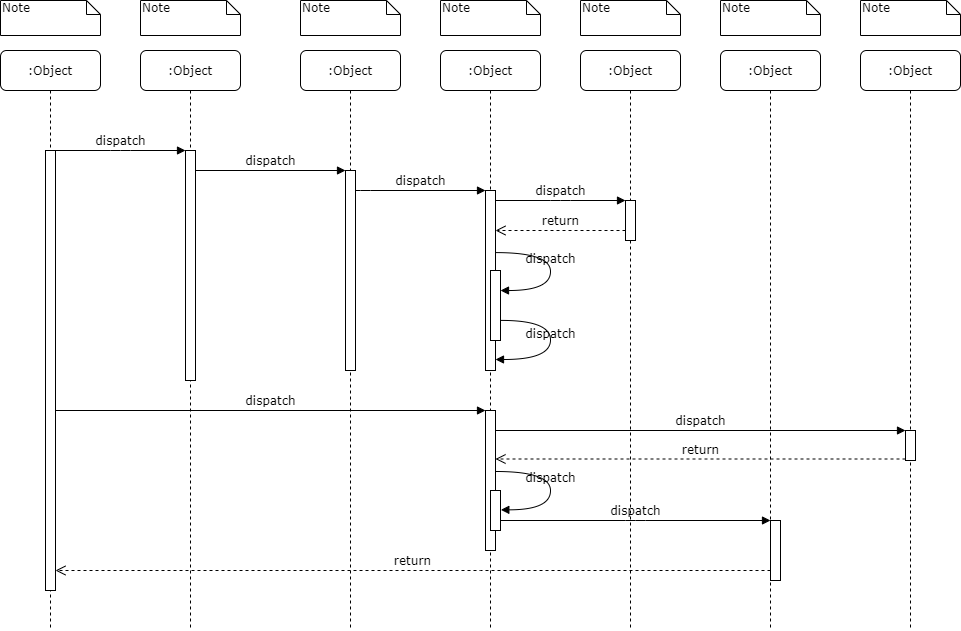
Earlier version of the draw.io export git-fetch.png (tongtongtongtong/test). Source tidied: cells renumbered, new cells last; positions are measured from the earlier drawing's top-left corner, leaving out a move shared by most shapes.
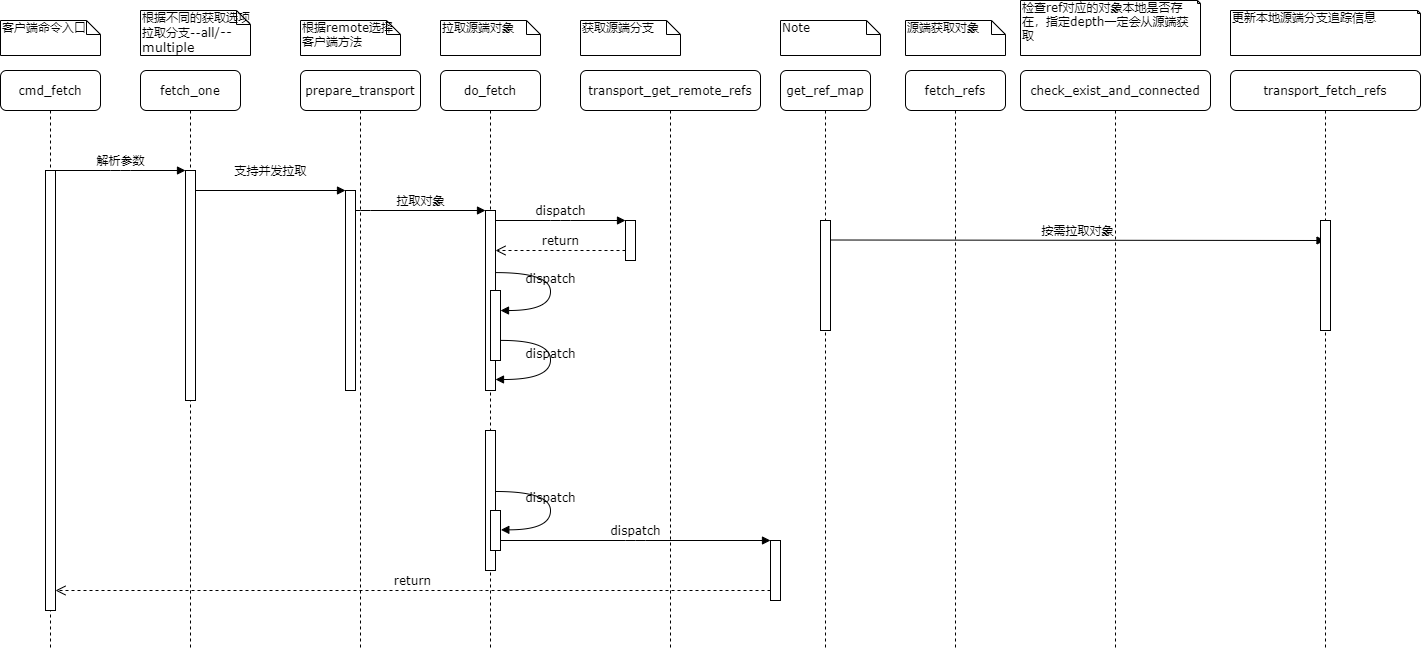
After the commit.

What changed in the source:
```diff
@@ -2,31 +2,31 @@
   <root>
     <mxCell id="0" />
     <mxCell id="1" parent="0" />
-    <mxCell id="2" value=":Object" style="shape=umlLifeline;perimeter=lifelinePerimeter;whiteSpace=wrap;html=1;rounded=1;shadow=0;comic=0;labelBackgroundColor=none;strokeWidth=1;fontFamily=Verdana;fontSize=12;align=center;" parent="1" vertex="1">
+    <mxCell id="2" value="fetch_one" style="shape=umlLifeline;perimeter=lifelinePerimeter;whiteSpace=wrap;html=1;rounded=1;shadow=0;comic=0;labelBackgroundColor=none;strokeWidth=1;fontFamily=Verdana;fontSize=12;align=center;" parent="1" vertex="1">
       <mxGeometry x="140" y="50" width="100" height="580" as="geometry" />
     </mxCell>
     <mxCell id="3" style="html=1;points=[];perimeter=orthogonalPerimeter;rounded=0;shadow=0;comic=0;labelBackgroundColor=none;strokeWidth=1;fontFamily=Verdana;fontSize=12;align=center;" parent="2" vertex="1">
       <mxGeometry x="45" y="100" width="10" height="230" as="geometry" />
     </mxCell>
-    <mxCell id="4" value=":Object" style="shape=umlLifeline;perimeter=lifelinePerimeter;whiteSpace=wrap;html=1;rounded=1;shadow=0;comic=0;labelBackgroundColor=none;strokeWidth=1;fontFamily=Verdana;fontSize=12;align=center;" parent="1" vertex="1">
-      <mxGeometry x="300" y="50" width="100" height="580" as="geometry" />
+    <mxCell id="4" value="prepare_transport" style="shape=umlLifeline;perimeter=lifelinePerimeter;whiteSpace=wrap;html=1;rounded=1;shadow=0;comic=0;labelBackgroundColor=none;strokeWidth=1;fontFamily=Verdana;fontSize=12;align=center;" parent="1" vertex="1">
+      <mxGeometry x="300" y="50" width="120" height="580" as="geometry" />
     </mxCell>
     <mxCell id="5" style="html=1;points=[];perimeter=orthogonalPerimeter;rounded=0;shadow=0;comic=0;labelBackgroundColor=none;strokeWidth=1;fontFamily=Verdana;fontSize=12;align=center;" parent="4" vertex="1">
       <mxGeometry x="45" y="120" width="10" height="200" as="geometry" />
     </mxCell>
-    <mxCell id="6" value=":Object" style="shape=umlLifeline;perimeter=lifelinePerimeter;whiteSpace=wrap;html=1;rounded=1;shadow=0;comic=0;labelBackgroundColor=none;strokeWidth=1;fontFamily=Verdana;fontSize=12;align=center;" parent="1" vertex="1">
+    <mxCell id="6" value="do_fetch" style="shape=umlLifeline;perimeter=lifelinePerimeter;whiteSpace=wrap;html=1;rounded=1;shadow=0;comic=0;labelBackgroundColor=none;strokeWidth=1;fontFamily=Verdana;fontSize=12;align=center;" parent="1" vertex="1">
       <mxGeometry x="440" y="50" width="100" height="580" as="geometry" />
     </mxCell>
-    <mxCell id="7" value=":Object" style="shape=umlLifeline;perimeter=lifelinePerimeter;whiteSpace=wrap;html=1;rounded=1;shadow=0;comic=0;labelBackgroundColor=none;strokeWidth=1;fontFamily=Verdana;fontSize=12;align=center;" parent="1" vertex="1">
-      <mxGeometry x="580" y="50" width="100" height="580" as="geometry" />
+    <mxCell id="7" value="transport_get_remote_refs" style="shape=umlLifeline;perimeter=lifelinePerimeter;whiteSpace=wrap;html=1;rounded=1;shadow=0;comic=0;labelBackgroundColor=none;strokeWidth=1;fontFamily=Verdana;fontSize=12;align=center;" parent="1" vertex="1">
+      <mxGeometry x="580" y="50" width="180" height="580" as="geometry" />
     </mxCell>
-    <mxCell id="8" value=":Object" style="shape=umlLifeline;perimeter=lifelinePerimeter;whiteSpace=wrap;html=1;rounded=1;shadow=0;comic=0;labelBackgroundColor=none;strokeWidth=1;fontFamily=Verdana;fontSize=12;align=center;" parent="1" vertex="1">
-      <mxGeometry x="720" y="50" width="100" height="580" as="geometry" />
+    <mxCell id="8" value="get_ref_map" style="shape=umlLifeline;perimeter=lifelinePerimeter;whiteSpace=wrap;html=1;rounded=1;shadow=0;comic=0;labelBackgroundColor=none;strokeWidth=1;fontFamily=Verdana;fontSize=12;align=center;" parent="1" vertex="1">
+      <mxGeometry x="780" y="50" width="90" height="580" as="geometry" />
     </mxCell>
-    <mxCell id="9" value=":Object" style="shape=umlLifeline;perimeter=lifelinePerimeter;whiteSpace=wrap;html=1;rounded=1;shadow=0;comic=0;labelBackgroundColor=none;strokeWidth=1;fontFamily=Verdana;fontSize=12;align=center;" parent="1" vertex="1">
-      <mxGeometry x="860" y="50" width="100" height="580" as="geometry" />
+    <mxCell id="9" value="fetch_refs" style="shape=umlLifeline;perimeter=lifelinePerimeter;whiteSpace=wrap;html=1;rounded=1;shadow=0;comic=0;labelBackgroundColor=none;strokeWidth=1;fontFamily=Verdana;fontSize=12;align=center;" parent="1" vertex="1">
+      <mxGeometry x="905" y="50" width="100" height="580" as="geometry" />
     </mxCell>
-    <mxCell id="10" value=":Object" style="shape=umlLifeline;perimeter=lifelinePerimeter;whiteSpace=wrap;html=1;rounded=1;shadow=0;comic=0;labelBackgroundColor=none;strokeWidth=1;fontFamily=Verdana;fontSize=12;align=center;" parent="1" vertex="1">
+    <mxCell id="10" value="cmd_fetch" style="shape=umlLifeline;perimeter=lifelinePerimeter;whiteSpace=wrap;html=1;rounded=1;shadow=0;comic=0;labelBackgroundColor=none;strokeWidth=1;fontFamily=Verdana;fontSize=12;align=center;" parent="1" vertex="1">
       <mxGeometry y="50" width="100" height="580" as="geometry" />
     </mxCell>
     <mxCell id="11" style="html=1;points=[];perimeter=orthogonalPerimeter;rounded=0;shadow=0;comic=0;labelBackgroundColor=none;strokeWidth=1;fontFamily=Verdana;fontSize=12;align=center;" parent="10" vertex="1">
@@ -35,7 +35,7 @@
     <mxCell id="12" style="html=1;points=[];perimeter=orthogonalPerimeter;rounded=0;shadow=0;comic=0;labelBackgroundColor=none;strokeWidth=1;fontFamily=Verdana;fontSize=12;align=center;" parent="1" vertex="1">
       <mxGeometry x="485" y="190" width="10" height="180" as="geometry" />
     </mxCell>
-    <mxCell id="13" value="dispatch" style="html=1;verticalAlign=bottom;endArrow=block;labelBackgroundColor=none;fontFamily=Verdana;fontSize=12;edgeStyle=elbowEdgeStyle;elbow=vertical;" parent="1" edge="1" source="5" target="12">
+    <mxCell id="13" value="拉取对象" style="html=1;verticalAlign=bottom;endArrow=block;labelBackgroundColor=none;fontFamily=Verdana;fontSize=12;edgeStyle=elbowEdgeStyle;elbow=vertical;" parent="1" edge="1" source="5" target="12">
       <mxGeometry relative="1" as="geometry">
         <Array as="points">
           <mxPoint x="360" y="190" />
@@ -59,18 +59,6 @@
     <mxCell id="17" style="html=1;points=[];perimeter=orthogonalPerimeter;rounded=0;shadow=0;comic=0;labelBackgroundColor=none;strokeWidth=1;fontFamily=Verdana;fontSize=12;align=center;" parent="1" vertex="1">
       <mxGeometry x="485" y="410" width="10" height="140" as="geometry" />
     </mxCell>
-    <mxCell id="18" value="dispatch" style="html=1;verticalAlign=bottom;endArrow=block;entryX=0;entryY=0;labelBackgroundColor=none;fontFamily=Verdana;fontSize=12;" parent="1" edge="1" source="11" target="17">
-      <mxGeometry relative="1" as="geometry" />
-    </mxCell>
-    <mxCell id="19" style="html=1;points=[];perimeter=orthogonalPerimeter;rounded=0;shadow=0;comic=0;labelBackgroundColor=none;strokeColor=#000000;strokeWidth=1;fillColor=#FFFFFF;fontFamily=Verdana;fontSize=12;fontColor=#000000;align=center;" parent="1" vertex="1">
-      <mxGeometry x="905" y="430" width="10" height="30" as="geometry" />
-    </mxCell>
-    <mxCell id="20" value="dispatch" style="html=1;verticalAlign=bottom;endArrow=block;entryX=0;entryY=0;labelBackgroundColor=none;fontFamily=Verdana;fontSize=12;" parent="1" edge="1" source="17" target="19">
-      <mxGeometry relative="1" as="geometry" />
-    </mxCell>
-    <mxCell id="21" value="return" style="html=1;verticalAlign=bottom;endArrow=open;dashed=1;endSize=8;exitX=0;exitY=0.95;labelBackgroundColor=none;fontFamily=Verdana;fontSize=12;" parent="1" edge="1" source="19" target="17">
-      <mxGeometry relative="1" as="geometry" />
-    </mxCell>
     <mxCell id="22" style="html=1;points=[];perimeter=orthogonalPerimeter;rounded=0;shadow=0;comic=0;labelBackgroundColor=none;strokeWidth=1;fontFamily=Verdana;fontSize=12;align=center;" parent="1" vertex="1">
       <mxGeometry x="770" y="520" width="10" height="60" as="geometry" />
     </mxCell>
@@ -84,11 +72,11 @@
         </Array>
       </mxGeometry>
     </mxCell>
-    <mxCell id="25" value="dispatch" style="html=1;verticalAlign=bottom;endArrow=block;entryX=0;entryY=0;labelBackgroundColor=none;fontFamily=Verdana;fontSize=12;edgeStyle=elbowEdgeStyle;elbow=vertical;" parent="1" edge="1" source="11" target="3">
+    <mxCell id="25" value="解析参数" style="html=1;verticalAlign=bottom;endArrow=block;entryX=0;entryY=0;labelBackgroundColor=none;fontFamily=Verdana;fontSize=12;edgeStyle=elbowEdgeStyle;elbow=vertical;" parent="1" edge="1" source="11" target="3">
       <mxGeometry relative="1" as="geometry" />
     </mxCell>
-    <mxCell id="26" value="dispatch" style="html=1;verticalAlign=bottom;endArrow=block;entryX=0;entryY=0;labelBackgroundColor=none;fontFamily=Verdana;fontSize=12;edgeStyle=elbowEdgeStyle;elbow=vertical;" parent="1" edge="1" source="3" target="5">
-      <mxGeometry relative="1" as="geometry" />
+    <mxCell id="26" value="支持并发拉取" style="html=1;verticalAlign=bottom;endArrow=block;entryX=0;entryY=0;labelBackgroundColor=none;fontFamily=Verdana;fontSize=12;edgeStyle=elbowEdgeStyle;elbow=vertical;" parent="1" edge="1" source="3" target="5">
+      <mxGeometry y="10" relative="1" as="geometry" />
     </mxCell>
     <mxCell id="27" style="html=1;points=[];perimeter=orthogonalPerimeter;rounded=0;shadow=0;comic=0;labelBackgroundColor=none;strokeWidth=1;fontFamily=Verdana;fontSize=12;align=center;" parent="1" vertex="1">
       <mxGeometry x="490" y="270" width="10" height="70" as="geometry" />
@@ -123,26 +111,49 @@
         </Array>
       </mxGeometry>
     </mxCell>
-    <mxCell id="32" value="Note" style="shape=note;whiteSpace=wrap;html=1;size=14;verticalAlign=top;align=left;spacingTop=-6;rounded=0;shadow=0;comic=0;labelBackgroundColor=none;strokeWidth=1;fontFamily=Verdana;fontSize=12;" parent="1" vertex="1">
+    <mxCell id="32" value="客户端命令入口" style="shape=note;whiteSpace=wrap;html=1;size=14;verticalAlign=top;align=left;spacingTop=-6;rounded=0;shadow=0;comic=0;labelBackgroundColor=none;strokeWidth=1;fontFamily=Verdana;fontSize=12;" parent="1" vertex="1">
       <mxGeometry width="100" height="35" as="geometry" />
     </mxCell>
-    <mxCell id="33" value="Note" style="shape=note;whiteSpace=wrap;html=1;size=14;verticalAlign=top;align=left;spacingTop=-6;rounded=0;shadow=0;comic=0;labelBackgroundColor=none;strokeWidth=1;fontFamily=Verdana;fontSize=12;" parent="1" vertex="1">
-      <mxGeometry x="140" width="100" height="35" as="geometry" />
+    <mxCell id="33" value="根据不同的获取选项拉取分支--all/&lt;span style=&quot;background-color: transparent ; font-style: inherit ; font-weight: inherit ; font-size: 13px&quot;&gt;--multiple&lt;/span&gt;" style="shape=note;whiteSpace=wrap;html=1;size=14;verticalAlign=top;align=left;spacingTop=-6;rounded=0;shadow=0;comic=0;labelBackgroundColor=none;strokeWidth=1;fontFamily=Verdana;fontSize=12;" parent="1" vertex="1">
+      <mxGeometry x="140" y="-10" width="110" height="45" as="geometry" />
     </mxCell>
-    <mxCell id="34" value="Note" style="shape=note;whiteSpace=wrap;html=1;size=14;verticalAlign=top;align=left;spacingTop=-6;rounded=0;shadow=0;comic=0;labelBackgroundColor=none;strokeWidth=1;fontFamily=Verdana;fontSize=12;" parent="1" vertex="1">
+    <mxCell id="34" value="根据remote选择客户端方法" style="shape=note;whiteSpace=wrap;html=1;size=14;verticalAlign=top;align=left;spacingTop=-6;rounded=0;shadow=0;comic=0;labelBackgroundColor=none;strokeWidth=1;fontFamily=Verdana;fontSize=12;" parent="1" vertex="1">
       <mxGeometry x="300" width="100" height="35" as="geometry" />
     </mxCell>
-    <mxCell id="35" value="Note" style="shape=note;whiteSpace=wrap;html=1;size=14;verticalAlign=top;align=left;spacingTop=-6;rounded=0;shadow=0;comic=0;labelBackgroundColor=none;strokeWidth=1;fontFamily=Verdana;fontSize=12;" parent="1" vertex="1">
+    <mxCell id="35" value="拉取源端对象" style="shape=note;whiteSpace=wrap;html=1;size=14;verticalAlign=top;align=left;spacingTop=-6;rounded=0;shadow=0;comic=0;labelBackgroundColor=none;strokeWidth=1;fontFamily=Verdana;fontSize=12;" parent="1" vertex="1">
       <mxGeometry x="440" width="100" height="35" as="geometry" />
     </mxCell>
-    <mxCell id="36" value="Note" style="shape=note;whiteSpace=wrap;html=1;size=14;verticalAlign=top;align=left;spacingTop=-6;rounded=0;shadow=0;comic=0;labelBackgroundColor=none;strokeWidth=1;fontFamily=Verdana;fontSize=12;" parent="1" vertex="1">
+    <mxCell id="36" value="获取源端分支" style="shape=note;whiteSpace=wrap;html=1;size=14;verticalAlign=top;align=left;spacingTop=-6;rounded=0;shadow=0;comic=0;labelBackgroundColor=none;strokeWidth=1;fontFamily=Verdana;fontSize=12;" parent="1" vertex="1">
       <mxGeometry x="580" width="100" height="35" as="geometry" />
     </mxCell>
     <mxCell id="37" value="Note" style="shape=note;whiteSpace=wrap;html=1;size=14;verticalAlign=top;align=left;spacingTop=-6;rounded=0;shadow=0;comic=0;labelBackgroundColor=none;strokeWidth=1;fontFamily=Verdana;fontSize=12;" parent="1" vertex="1">
-      <mxGeometry x="720" width="100" height="35" as="geometry" />
+      <mxGeometry x="780" width="100" height="35" as="geometry" />
     </mxCell>
-    <mxCell id="38" value="Note" style="shape=note;whiteSpace=wrap;html=1;size=14;verticalAlign=top;align=left;spacingTop=-6;rounded=0;shadow=0;comic=0;labelBackgroundColor=none;strokeWidth=1;fontFamily=Verdana;fontSize=12;" parent="1" vertex="1">
-      <mxGeometry x="860" width="100" height="35" as="geometry" />
+    <mxCell id="38" value="源端获取对象" style="shape=note;whiteSpace=wrap;html=1;size=14;verticalAlign=top;align=left;spacingTop=-6;rounded=0;shadow=0;comic=0;labelBackgroundColor=none;strokeWidth=1;fontFamily=Verdana;fontSize=12;" parent="1" vertex="1">
+      <mxGeometry x="905" width="100" height="35" as="geometry" />
     </mxCell>
+    <mxCell id="39" value="check_exist_and_connected" style="shape=umlLifeline;perimeter=lifelinePerimeter;whiteSpace=wrap;html=1;rounded=1;shadow=0;comic=0;labelBackgroundColor=none;strokeWidth=1;fontFamily=Verdana;fontSize=12;align=center;" parent="1" vertex="1">
+      <mxGeometry x="1020" y="50" width="190" height="580" as="geometry" />
+    </mxCell>
+    <mxCell id="40" value="transport_fetch_refs" style="shape=umlLifeline;perimeter=lifelinePerimeter;whiteSpace=wrap;html=1;outlineConnect=0;rounded=1;shadow=0;comic=0;labelBackgroundColor=none;strokeWidth=1;fontFamily=Verdana;fontSize=12;align=center;" parent="1" vertex="1">
+      <mxGeometry x="1230" y="50" width="190" height="580" as="geometry" />
+    </mxCell>
+    <mxCell id="41" value="检查ref对应的对象本地是否存在，指定depth一定会从源端获取" style="shape=note;whiteSpace=wrap;html=1;size=3;verticalAlign=top;align=left;spacingTop=-6;rounded=0;shadow=0;comic=0;labelBackgroundColor=none;strokeWidth=1;fontFamily=Verdana;fontSize=12;" parent="1" vertex="1">
+      <mxGeometry x="1020" y="-20" width="180" height="55" as="geometry" />
+    </mxCell>
+    <mxCell id="42" value="更新本地源端分支追踪信息" style="shape=note;whiteSpace=wrap;html=1;size=3;verticalAlign=top;align=left;spacingTop=-6;rounded=0;shadow=0;comic=0;labelBackgroundColor=none;strokeWidth=1;fontFamily=Verdana;fontSize=12;" parent="1" vertex="1">
+      <mxGeometry x="1230" y="-10" width="190" height="45" as="geometry" />
+    </mxCell>
+    <mxCell id="43" value="按需拉取对象" style="html=1;verticalAlign=bottom;endArrow=block;labelBackgroundColor=none;fontFamily=Verdana;fontSize=12;edgeStyle=elbowEdgeStyle;elbow=vertical;" parent="1" edge="1" target="40">
+      <mxGeometry relative="1" as="geometry">
+        <mxPoint x="828" y="219.5" as="sourcePoint" />
+      </mxGeometry>
+    </mxCell>
+    <mxCell id="44" style="html=1;perimeter=orthogonalPerimeter;rounded=0;shadow=0;comic=0;labelBackgroundColor=none;strokeWidth=1;fontFamily=Verdana;fontSize=12;align=center;" parent="1" vertex="1">
+      <mxGeometry x="820" y="200" width="10" height="110" as="geometry" />
+    </mxCell>
+    <mxCell id="45" style="html=1;perimeter=orthogonalPerimeter;rounded=0;shadow=0;comic=0;labelBackgroundColor=none;strokeWidth=1;fontFamily=Verdana;fontSize=12;align=center;" parent="1" vertex="1">
+      <mxGeometry x="1320" y="200" width="10" height="110" as="geometry" />
+    </mxCell>
   </root>
 </mxGraphModel>
```
